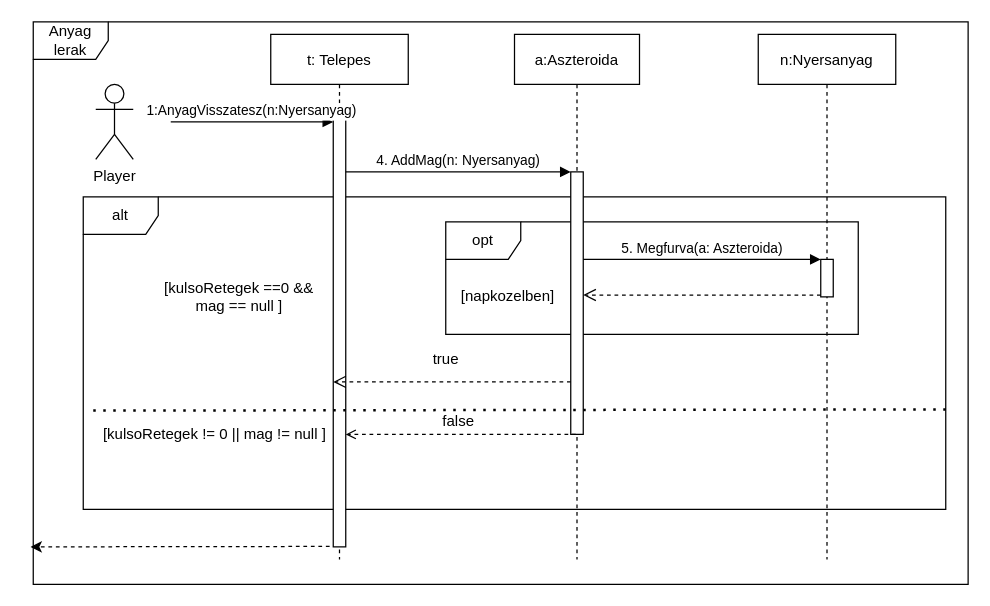
Before: doc/uml/placeTeleport.drawio in torpeBoiGo/aszteroidabanyaszat, a draw.io diagram. Source tidied: cells renumbered, new cells numbered last; positions are measured from the earlier drawing's top-left corner, leaving out a move shared by most shapes. Both pictures are drawn from the tidied source at 125%, with x=0, y=0 at pixel (30, 21).
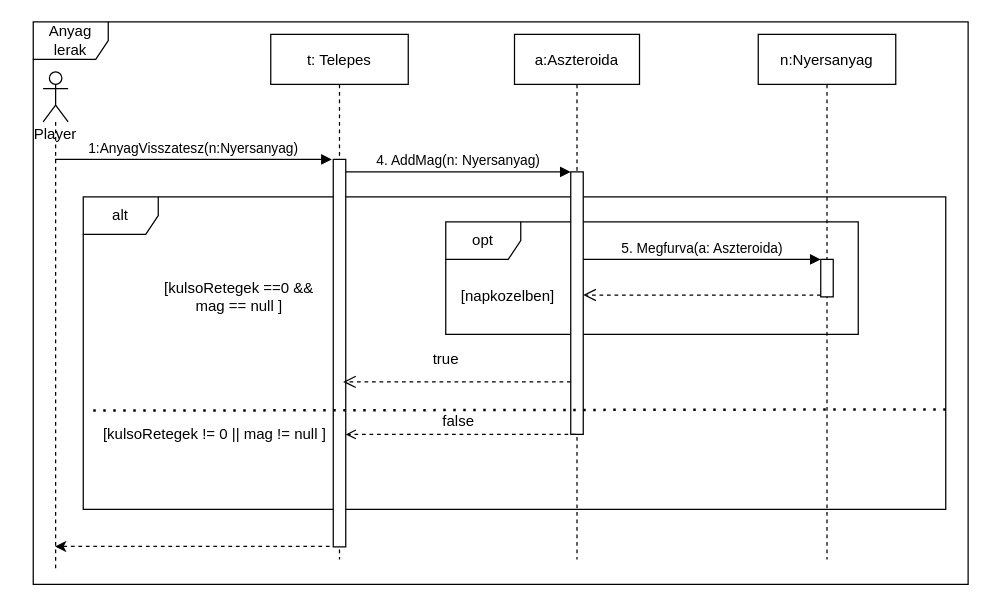
After the change.

Unchanged cells that the change refers to:
```xml
<mxCell id="6" value="t: Telepes" style="shape=umlLifeline;perimeter=lifelinePerimeter;rounded=0;shadow=0;strokeWidth=1;" parent="1" vertex="1">
  <mxGeometry x="192.1" y="10" width="110" height="420" as="geometry" />
</mxCell>
<mxCell id="10" style="html=1;points=[];perimeter=orthogonalPerimeter;" parent="9" vertex="1">
  <mxGeometry x="45" y="110" width="10" height="210" as="geometry" />
</mxCell>
```

What changed in the source:
```diff
@@
     <mxCell id="7" style="points=[];perimeter=orthogonalPerimeter;rounded=0;shadow=0;strokeWidth=1;" parent="6" vertex="1">
-      <mxGeometry x="50" y="60" width="10" height="350" as="geometry" />
+      <mxGeometry x="50" y="100" width="10" height="310" as="geometry" />
     </mxCell>
-    <mxCell id="8" value="1:AnyagVisszatesz(n:Nyersanyag)" style="verticalAlign=bottom;startArrow=none;endArrow=block;startSize=8;shadow=0;strokeWidth=1;startFill=0;" parent="6" edge="1" target="7">
-      <mxGeometry relative="1" as="geometry">
-        <mxPoint x="-80" y="70" as="sourcePoint" />
-      </mxGeometry>
-    </mxCell>
@@
-    <mxCell id="11" style="endArrow=classic;html=1;dashed=1;strokeColor=#000000;exitX=-0.29;exitY=0.999;exitDx=0;exitDy=0;exitPerimeter=0;" parent="1" edge="1" source="7">
-      <mxGeometry relative="1" as="geometry">
-        <mxPoint y="420" as="targetPoint" />
-      </mxGeometry>
+    <mxCell id="11" style="endArrow=classic;html=1;dashed=1;strokeColor=#000000;exitX=-0.29;exitY=0.999;exitDx=0;exitDy=0;exitPerimeter=0;" parent="1" edge="1" source="7" target="24">
+      <mxGeometry relative="1" as="geometry" />
     </mxCell>
@@
     <mxCell id="14" style="html=1;verticalAlign=bottom;endArrow=open;dashed=1;endSize=8;" parent="1" edge="1" source="10">
       <mxGeometry relative="1" as="geometry">
-        <mxPoint x="242.1" y="288" as="targetPoint" />
+        <mxPoint x="250" y="288" as="targetPoint" />
       </mxGeometry>
     </mxCell>
@@
-    <mxCell id="24" value="Player" style="shape=umlActor;verticalLabelPosition=bottom;verticalAlign=top;html=1;outlineConnect=0;" parent="1" vertex="1">
-      <mxGeometry x="52.1" y="50" width="30" height="60" as="geometry" />
+    <mxCell id="24" value="Player" style="shape=umlLifeline;participant=umlActor;perimeter=lifelinePerimeter;whiteSpace=wrap;html=1;verticalAlign=top;spacingTop=36;outlineConnect=0;" parent="1" vertex="1">
+      <mxGeometry x="10" y="40" width="20" height="400" as="geometry" />
     </mxCell>
+    <mxCell id="8" value="1:AnyagVisszatesz(n:Nyersanyag)" style="verticalAlign=bottom;startArrow=none;endArrow=block;startSize=8;shadow=0;strokeWidth=1;startFill=0;" parent="1" edge="1" source="24">
+      <mxGeometry relative="1" as="geometry">
+        <mxPoint x="241" y="110" as="targetPoint" />
+      </mxGeometry>
+    </mxCell>
```
